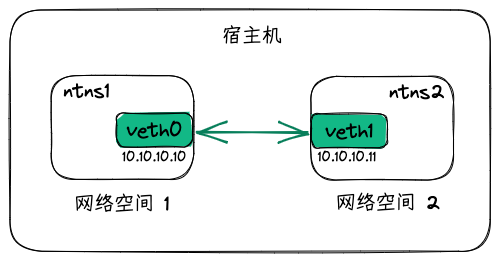
Earlier version of the Excalidraw export static/excalidraw/docker/linux_veth_pair.excalidraw.png (iDukeLu/iDukeLu.github.io). Source tidied: one line per element, renumbered; positions are measured from the earlier drawing's top-left corner, leaving out a move shared by most shapes.
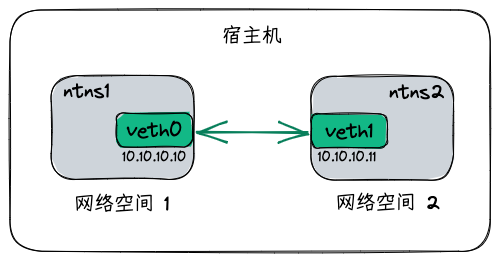
After the commit.

The edit, as a diff of the source:
```diff
@@ -1,10 +1,10 @@
 {"id": 0, "type": "rectangle", "strokeColor": "#000000", "strokeWidth": 1, "roughness": 1, "round": true, "x": 0, "y": 0, "width": 480, "height": 241}
-{"id": 1, "type": "rectangle", "strokeColor": "#000000", "strokeWidth": 1, "roughness": 1, "round": true, "x": 41, "y": 66, "width": 143, "height": 104}
+{"id": 1, "type": "rectangle", "strokeColor": "#000000", "backgroundColor": "#ced4da", "fillStyle": "solid", "strokeWidth": 1, "roughness": 1, "round": true, "x": 41, "y": 66, "width": 143, "height": 104}
 {"id": 2, "type": "rectangle", "strokeColor": "#000000", "backgroundColor": "#12b886", "fillStyle": "solid", "strokeWidth": 1, "roughness": 1, "round": true, "x": 107, "y": 103, "width": 76, "height": 34}
 {"id": 3, "type": "text", "text": "veth0", "strokeColor": "#000000", "strokeWidth": 1, "roughness": 1, "fontSize": 20, "fontFamily": 1, "textAlign": "center", "verticalAlign": "middle", "inside": 2, "x": 116, "y": 108, "width": 56, "height": 24}
 {"id": 4, "type": "text", "text": "ntns1", "strokeColor": "#000000", "strokeWidth": 1, "roughness": 1, "fontSize": 20, "fontFamily": 1, "x": 54, "y": 69, "width": 46, "height": 24}
 {"id": 5, "type": "text", "text": "网络空间 1", "strokeColor": "#000000", "strokeWidth": 1, "roughness": 1, "fontSize": 20, "fontFamily": 1, "x": 64, "y": 182, "width": 95, "height": 24}
-{"id": 6, "type": "rectangle", "strokeColor": "#000000", "strokeWidth": 1, "roughness": 1, "round": true, "x": 301, "y": 66, "width": 143, "height": 104}
+{"id": 6, "type": "rectangle", "strokeColor": "#000000", "backgroundColor": "#ced4da", "fillStyle": "solid", "strokeWidth": 1, "roughness": 1, "round": true, "x": 301, "y": 66, "width": 143, "height": 104}
 {"id": 7, "type": "rectangle", "strokeColor": "#000000", "backgroundColor": "#12b886", "fillStyle": "solid", "strokeWidth": 1, "roughness": 1, "round": true, "x": 301, "y": 104, "width": 76, "height": 34}
 {"id": 8, "type": "text", "text": "veth1", "strokeColor": "#000000", "strokeWidth": 1, "roughness": 1, "fontSize": 20, "fontFamily": 1, "textAlign": "center", "verticalAlign": "middle", "inside": 7, "x": 315, "y": 109, "width": 48, "height": 24}
 {"id": 9, "type": "text", "text": "ntns2", "strokeColor": "#000000", "strokeWidth": 1, "roughness": 1, "fontSize": 20, "fontFamily": 1, "x": 379, "y": 70, "width": 55, "height": 24}
```
